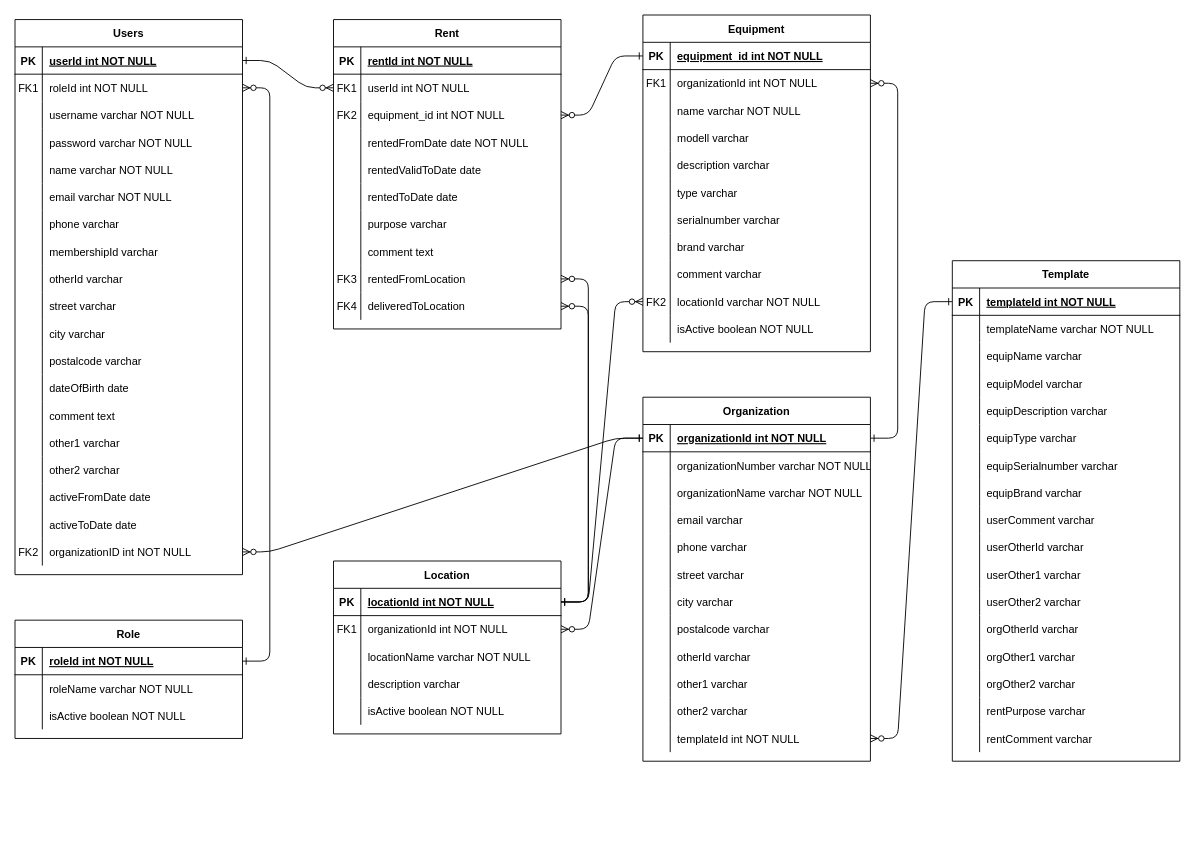
The draw.io diagram Database.drawio in roarengen/equiplib, before the edit. Source tidied: cells renumbered, new cells numbered last; positions are measured from the earlier drawing's top-left corner, leaving out a move shared by most shapes. Both pictures are drawn from the tidied source at 91%, with x=0, y=0 at pixel (15, 15).
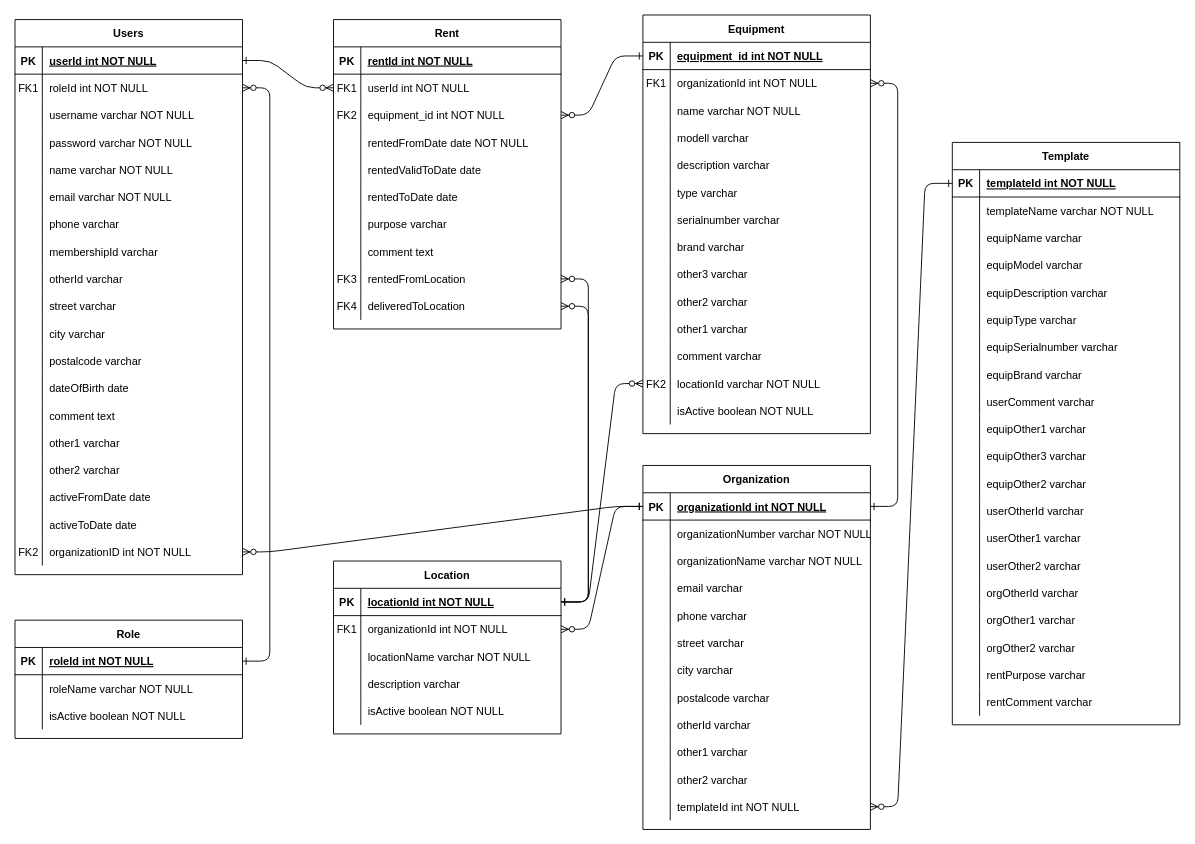
The same diagram, later.

Commit message:
Added 3 other fields to equipment and corresponding fields to template in Database model

Change to the diagram source:
```diff
@@
     <mxCell id="103" value="Equipment" style="shape=table;startSize=30;childLayout=tableLayout;rowLines=0;fontStyle=1;align=center;" parent="1" vertex="1">
-      <mxGeometry x="690" width="250" height="370" as="geometry" />
+      <mxGeometry x="690" width="250" height="460" as="geometry" />
     </mxCell>
@@
+    <mxCell id="250" style="shape=partialRectangle;fillColor=none;top=0;left=0;right=0;bottom=0;" parent="103" vertex="1">
+      <mxGeometry y="270" width="250" height="30" as="geometry" />
+    </mxCell>
+    <mxCell id="251" style="shape=partialRectangle;overflow=hidden;fillColor=none;top=0;left=0;bottom=0;right=0;" parent="250" vertex="1">
+      <mxGeometry width="30" height="30" as="geometry" />
+    </mxCell>
+    <mxCell id="252" value="other3 varchar" style="shape=partialRectangle;overflow=hidden;fillColor=none;top=0;left=0;bottom=0;right=0;align=left;spacingLeft=6;" parent="250" vertex="1">
+      <mxGeometry x="30" width="220" height="30" as="geometry" />
+    </mxCell>
+    <mxCell id="253" style="shape=partialRectangle;fillColor=none;top=0;left=0;right=0;bottom=0;" parent="103" vertex="1">
+      <mxGeometry y="300" width="250" height="30" as="geometry" />
+    </mxCell>
+    <mxCell id="254" style="shape=partialRectangle;overflow=hidden;fillColor=none;top=0;left=0;bottom=0;right=0;" parent="253" vertex="1">
+      <mxGeometry width="30" height="30" as="geometry" />
+    </mxCell>
+    <mxCell id="255" value="other2 varchar" style="shape=partialRectangle;overflow=hidden;fillColor=none;top=0;left=0;bottom=0;right=0;align=left;spacingLeft=6;" parent="253" vertex="1">
+      <mxGeometry x="30" width="220" height="30" as="geometry" />
+    </mxCell>
+    <mxCell id="256" style="shape=partialRectangle;fillColor=none;top=0;left=0;right=0;bottom=0;" parent="103" vertex="1">
+      <mxGeometry y="330" width="250" height="30" as="geometry" />
+    </mxCell>
+    <mxCell id="257" style="shape=partialRectangle;overflow=hidden;fillColor=none;top=0;left=0;bottom=0;right=0;" parent="256" vertex="1">
+      <mxGeometry width="30" height="30" as="geometry" />
+    </mxCell>
+    <mxCell id="258" value="other1 varchar" style="shape=partialRectangle;overflow=hidden;fillColor=none;top=0;left=0;bottom=0;right=0;align=left;spacingLeft=6;" parent="256" vertex="1">
+      <mxGeometry x="30" width="220" height="30" as="geometry" />
+    </mxCell>
     <mxCell id="128" style="shape=partialRectangle;fillColor=none;top=0;left=0;right=0;bottom=0;" parent="103" vertex="1">
-      <mxGeometry y="270" width="250" height="30" as="geometry" />
+      <mxGeometry y="360" width="250" height="30" as="geometry" />
     </mxCell>
@@
     <mxCell id="131" style="shape=partialRectangle;fillColor=none;points=[[0,0.5],[1,0.5]];portConstraint=eastwest;top=0;left=0;right=0;bottom=0;" parent="103" vertex="1">
-      <mxGeometry y="300" width="250" height="30" as="geometry" />
+      <mxGeometry y="390" width="250" height="30" as="geometry" />
     </mxCell>
@@
     <mxCell id="134" style="shape=partialRectangle;fillColor=none;top=0;left=0;right=0;bottom=0;" parent="103" vertex="1">
-      <mxGeometry y="330" width="250" height="30" as="geometry" />
+      <mxGeometry y="420" width="250" height="30" as="geometry" />
     </mxCell>
@@
     <mxCell id="156" value="Organization" style="shape=table;startSize=30;childLayout=tableLayout;rowLines=0;fontStyle=1;align=center;" parent="1" vertex="1">
-      <mxGeometry x="690" y="420" width="250" height="400" as="geometry" />
+      <mxGeometry x="690" y="495" width="250" height="400" as="geometry" />
     </mxCell>
@@
     <mxCell id="197" value="Template" style="shape=table;startSize=30;childLayout=tableLayout;rowLines=0;fontStyle=1;align=center;" parent="1" vertex="1">
-      <mxGeometry x="1030" y="270" width="250" height="550" as="geometry" />
+      <mxGeometry x="1030" y="140" width="250" height="640" as="geometry" />
     </mxCell>
@@
+    <mxCell id="259" style="shape=partialRectangle;fillColor=none;top=0;left=0;right=0;bottom=0;" parent="197" vertex="1">
+      <mxGeometry y="300" width="250" height="30" as="geometry" />
+    </mxCell>
+    <mxCell id="260" style="shape=partialRectangle;overflow=hidden;fillColor=none;top=0;left=0;bottom=0;right=0;" parent="259" vertex="1">
+      <mxGeometry width="30" height="30" as="geometry" />
+    </mxCell>
+    <mxCell id="261" value="equipOther1 varchar" style="shape=partialRectangle;overflow=hidden;fillColor=none;top=0;left=0;bottom=0;right=0;align=left;spacingLeft=6;" parent="259" vertex="1">
+      <mxGeometry x="30" width="220" height="30" as="geometry" />
+    </mxCell>
+    <mxCell id="262" style="shape=partialRectangle;fillColor=none;top=0;left=0;right=0;bottom=0;" parent="197" vertex="1">
+      <mxGeometry y="330" width="250" height="30" as="geometry" />
+    </mxCell>
+    <mxCell id="263" style="shape=partialRectangle;overflow=hidden;fillColor=none;top=0;left=0;bottom=0;right=0;" parent="262" vertex="1">
+      <mxGeometry width="30" height="30" as="geometry" />
+    </mxCell>
+    <mxCell id="264" value="equipOther3 varchar" style="shape=partialRectangle;overflow=hidden;fillColor=none;top=0;left=0;bottom=0;right=0;align=left;spacingLeft=6;" parent="262" vertex="1">
+      <mxGeometry x="30" width="220" height="30" as="geometry" />
+    </mxCell>
+    <mxCell id="265" style="shape=partialRectangle;fillColor=none;top=0;left=0;right=0;bottom=0;" parent="197" vertex="1">
+      <mxGeometry y="360" width="250" height="30" as="geometry" />
+    </mxCell>
+    <mxCell id="266" style="shape=partialRectangle;overflow=hidden;fillColor=none;top=0;left=0;bottom=0;right=0;" parent="265" vertex="1">
+      <mxGeometry width="30" height="30" as="geometry" />
+    </mxCell>
+    <mxCell id="267" value="equipOther2 varchar" style="shape=partialRectangle;overflow=hidden;fillColor=none;top=0;left=0;bottom=0;right=0;align=left;spacingLeft=6;" parent="265" vertex="1">
+      <mxGeometry x="30" width="220" height="30" as="geometry" />
+    </mxCell>
     <mxCell id="225" style="shape=partialRectangle;fillColor=none;top=0;left=0;right=0;bottom=0;" parent="197" vertex="1">
-      <mxGeometry y="300" width="250" height="30" as="geometry" />
+      <mxGeometry y="390" width="250" height="30" as="geometry" />
     </mxCell>
@@
     <mxCell id="228" style="shape=partialRectangle;fillColor=none;top=0;left=0;right=0;bottom=0;" parent="197" vertex="1">
-      <mxGeometry y="330" width="250" height="30" as="geometry" />
+      <mxGeometry y="420" width="250" height="30" as="geometry" />
     </mxCell>
@@
     <mxCell id="231" style="shape=partialRectangle;fillColor=none;top=0;left=0;right=0;bottom=0;" parent="197" vertex="1">
-      <mxGeometry y="360" width="250" height="30" as="geometry" />
+      <mxGeometry y="450" width="250" height="30" as="geometry" />
     </mxCell>
@@
     <mxCell id="234" style="shape=partialRectangle;fillColor=none;top=0;left=0;right=0;bottom=0;" parent="197" vertex="1">
-      <mxGeometry y="390" width="250" height="30" as="geometry" />
+      <mxGeometry y="480" width="250" height="30" as="geometry" />
     </mxCell>
@@
     <mxCell id="237" style="shape=partialRectangle;fillColor=none;top=0;left=0;right=0;bottom=0;" parent="197" vertex="1">
-      <mxGeometry y="420" width="250" height="30" as="geometry" />
+      <mxGeometry y="510" width="250" height="30" as="geometry" />
     </mxCell>
@@
     <mxCell id="240" style="shape=partialRectangle;fillColor=none;top=0;left=0;right=0;bottom=0;" parent="197" vertex="1">
-      <mxGeometry y="450" width="250" height="30" as="geometry" />
+      <mxGeometry y="540" width="250" height="30" as="geometry" />
     </mxCell>
@@
     <mxCell id="243" style="shape=partialRectangle;fillColor=none;top=0;left=0;right=0;bottom=0;" parent="197" vertex="1">
-      <mxGeometry y="480" width="250" height="30" as="geometry" />
+      <mxGeometry y="570" width="250" height="30" as="geometry" />
     </mxCell>
@@
     <mxCell id="246" style="shape=partialRectangle;fillColor=none;top=0;left=0;right=0;bottom=0;" parent="197" vertex="1">
-      <mxGeometry y="510" width="250" height="30" as="geometry" />
+      <mxGeometry y="600" width="250" height="30" as="geometry" />
     </mxCell>
```
